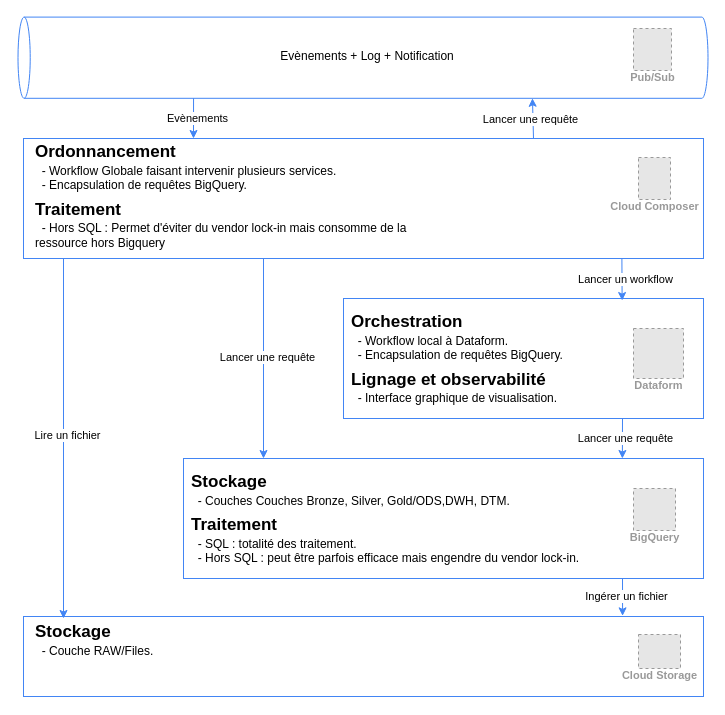
The draw.io diagram page "Architecture-Bigquery-Dataform-Composer" (2 of 3) of docs/GCP-Patterns.drawio in LyesN/GCP_LakeHouse, before the edit. Source tidied: cells renumbered, new cells numbered last; positions are measured from the earlier drawing's top-left corner, leaving out a move shared by most shapes. Both pictures are drawn from the tidied source at 100%, with x=0, y=0 at pixel (23, -288). Pictures stored in the file or linked from it are replaced by grey dashed boxes.
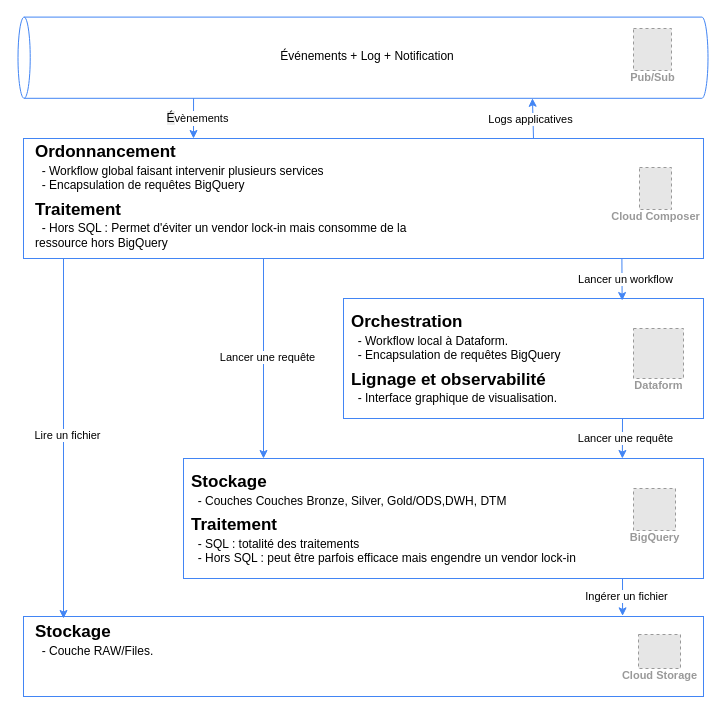
The same page after the edit.

The change refers to these unchanged cells:
```xml
<mxCell id="26" style="endArrow=classic;html=1;rounded=0;exitX=0.75;exitY=0;exitDx=0;exitDy=0;entryX=0;entryY=0;entryDx=0;entryDy=514.4426727294922;strokeColor=light-dark(#4285f4, #ededed);entryPerimeter=0;" parent="1" edge="1" source="7" target="24">
  <mxGeometry relative="1" as="geometry" />
</mxCell>
<mxCell id="28" style="endArrow=classic;html=1;rounded=0;exitX=0;exitY=0;exitDx=0;exitDy=175.5573272705078;entryX=0.25;entryY=0;entryDx=0;entryDy=0;strokeColor=light-dark(#4285f4, #ededed);exitPerimeter=0;" parent="1" edge="1" source="24" target="7">
  <mxGeometry relative="1" as="geometry" />
</mxCell>
```

Change to the diagram source:
```diff
@@
     <mxCell id="8" value="Cloud&amp;nbsp;Composer" style="fillColor=#E6E6E6;strokeColor=#999999;dashed=1;html=1;verticalAlign=top;labelPosition=center;verticalLabelPosition=bottom;align=center;spacingTop=-6;fontSize=11;fontStyle=1;fontColor=#999999;" parent="1" vertex="1">
-      <mxGeometry x="615" y="445" width="32" height="42" as="geometry" />
+      <mxGeometry x="616" y="455" width="32" height="42" as="geometry" />
     </mxCell>
@@
-    <mxCell id="11" value="&lt;h1 style=&quot;margin-top: 0px; margin-bottom: 0px; margin-left: 0px;&quot;&gt;&lt;font style=&quot;font-size: 17px;&quot;&gt;Stockage&lt;/font&gt;&lt;/h1&gt;&lt;p style=&quot;margin-top: 0px; margin-left: 0px; margin-bottom: 0px;&quot;&gt;&amp;nbsp; - Couches Couches Bronze, Silver, Gold/ODS,DWH, DTM.&lt;/p&gt;&lt;h1 style=&quot;margin-top: 0px; margin-bottom: 0px; margin-left: 0px;&quot;&gt;&lt;font style=&quot;font-size: 17px;&quot;&gt;Traitement&lt;/font&gt;&lt;/h1&gt;&lt;p style=&quot;margin-top: 0px; margin-left: 0px; margin-bottom: 0px;&quot;&gt;&amp;nbsp; - SQL : totalité des traitement.&lt;/p&gt;&lt;p style=&quot;margin-top: 0px; margin-left: 0px; margin-bottom: 0px;&quot;&gt;&amp;nbsp; - Hors SQL : peut être parfois efficace mais engendre du vendor lock-in.&lt;/p&gt;" style="text;html=1;whiteSpace=wrap;overflow=hidden;rounded=0;" parent="1" vertex="1">
+    <mxCell id="11" value="&lt;h1 style=&quot;margin-top: 0px; margin-bottom: 0px; margin-left: 0px;&quot;&gt;&lt;font style=&quot;font-size: 17px;&quot;&gt;Stockage&lt;/font&gt;&lt;/h1&gt;&lt;p style=&quot;margin-top: 0px; margin-left: 0px; margin-bottom: 0px;&quot;&gt;&amp;nbsp; - Couches Couches Bronze, Silver, Gold/ODS,DWH, DTM&lt;/p&gt;&lt;h1 style=&quot;margin-top: 0px; margin-bottom: 0px; margin-left: 0px;&quot;&gt;&lt;font style=&quot;font-size: 17px;&quot;&gt;Traitement&lt;/font&gt;&lt;/h1&gt;&lt;p style=&quot;margin-top: 0px; margin-left: 0px; margin-bottom: 0px;&quot;&gt;&amp;nbsp; - SQL : totalité des traitements&lt;/p&gt;&lt;p style=&quot;margin-top: 0px; margin-left: 0px; margin-bottom: 0px;&quot;&gt;&amp;nbsp; - Hors SQL : peut être parfois efficace mais engendre un vendor lock-in&lt;/p&gt;" style="text;html=1;whiteSpace=wrap;overflow=hidden;rounded=0;" parent="1" vertex="1">
       <mxGeometry x="166" y="746" width="400" height="120" as="geometry" />
     </mxCell>
-    <mxCell id="12" value="&lt;h1 style=&quot;margin-top: 0px; margin-bottom: 0px; margin-left: 0px;&quot;&gt;&lt;font style=&quot;font-size: 17px;&quot;&gt;Orchestration&lt;/font&gt;&lt;/h1&gt;&lt;p style=&quot;margin-top: 0px; margin-left: 0px; margin-bottom: 0px;&quot;&gt;&amp;nbsp; - Workflow local à Dataform.&lt;/p&gt;&lt;p style=&quot;margin-top: 0px; margin-left: 0px; margin-bottom: 0px;&quot;&gt;&amp;nbsp; - Encapsulation de requêtes BigQuery&lt;span style=&quot;color: light-dark(rgb(0, 0, 0), rgb(255, 255, 255)); background-color: transparent;&quot;&gt;.&lt;/span&gt;&lt;/p&gt;&lt;h1 style=&quot;margin-top: 0px; margin-bottom: 0px; margin-left: 0px;&quot;&gt;&lt;font style=&quot;font-size: 17px;&quot;&gt;Lignage et observabilité&lt;/font&gt;&lt;/h1&gt;&lt;p style=&quot;margin-top: 0px; margin-left: 0px; margin-bottom: 0px;&quot;&gt;&amp;nbsp; - Interface graphique de visualisation&lt;span style=&quot;background-color: transparent; color: light-dark(rgb(0, 0, 0), rgb(255, 255, 255));&quot;&gt;.&lt;/span&gt;&lt;/p&gt;" style="text;html=1;whiteSpace=wrap;overflow=hidden;rounded=0;" parent="1" vertex="1">
+    <mxCell id="12" value="&lt;h1 style=&quot;margin-top: 0px; margin-bottom: 0px; margin-left: 0px;&quot;&gt;&lt;font style=&quot;font-size: 17px;&quot;&gt;Orchestration&lt;/font&gt;&lt;/h1&gt;&lt;p style=&quot;margin-top: 0px; margin-left: 0px; margin-bottom: 0px;&quot;&gt;&amp;nbsp; - Workflow local à Dataform.&lt;/p&gt;&lt;p style=&quot;margin-top: 0px; margin-left: 0px; margin-bottom: 0px;&quot;&gt;&amp;nbsp; -&amp;nbsp;&lt;span style=&quot;background-color: transparent;&quot;&gt;Encapsulation de requêtes BigQuery&amp;nbsp;&lt;/span&gt;&lt;/p&gt;&lt;h1 style=&quot;margin-top: 0px; margin-bottom: 0px; margin-left: 0px;&quot;&gt;&lt;font style=&quot;font-size: 17px;&quot;&gt;Lignage et observabilité&lt;/font&gt;&lt;/h1&gt;&lt;p style=&quot;margin-top: 0px; margin-left: 0px; margin-bottom: 0px;&quot;&gt;&amp;nbsp; - Interface graphique de visualisation&lt;span style=&quot;background-color: transparent; color: light-dark(rgb(0, 0, 0), rgb(255, 255, 255));&quot;&gt;.&lt;/span&gt;&lt;/p&gt;" style="text;html=1;whiteSpace=wrap;overflow=hidden;rounded=0;" parent="1" vertex="1">
       <mxGeometry x="326" y="586" width="240" height="120" as="geometry" />
     </mxCell>
-    <mxCell id="13" value="&lt;h1 style=&quot;margin-top: 0px; margin-bottom: 0px; margin-left: 0px;&quot;&gt;&lt;font style=&quot;font-size: 17px;&quot;&gt;Ordonnancement&lt;/font&gt;&lt;/h1&gt;&lt;p style=&quot;margin-top: 0px; margin-left: 0px; margin-bottom: 0px;&quot;&gt;&amp;nbsp; - Workflow Globale faisant intervenir plusieurs services.&lt;/p&gt;&lt;p style=&quot;margin-top: 0px; margin-left: 0px; margin-bottom: 0px;&quot;&gt;&amp;nbsp; - Encapsulation de requêtes BigQuery&lt;span style=&quot;color: light-dark(rgb(0, 0, 0), rgb(255, 255, 255)); background-color: transparent;&quot;&gt;.&lt;/span&gt;&lt;/p&gt;&lt;h1 style=&quot;margin-top: 0px; margin-bottom: 0px; margin-left: 0px;&quot;&gt;&lt;font style=&quot;font-size: 17px;&quot;&gt;Traitement&lt;/font&gt;&lt;/h1&gt;&lt;p style=&quot;margin-top: 0px; margin-left: 0px; margin-bottom: 0px;&quot;&gt;&amp;nbsp; - Hors SQL : Permet d'éviter du vendor lock-in mais consomme de la ressource hors Bigquery&lt;/p&gt;" style="text;html=1;whiteSpace=wrap;overflow=hidden;rounded=0;" parent="1" vertex="1">
+    <mxCell id="13" value="&lt;h1 style=&quot;margin-top: 0px; margin-bottom: 0px; margin-left: 0px;&quot;&gt;&lt;font style=&quot;font-size: 17px;&quot;&gt;Ordonnancement&lt;/font&gt;&lt;/h1&gt;&lt;p style=&quot;margin-top: 0px; margin-left: 0px; margin-bottom: 0px;&quot;&gt;&amp;nbsp; - Workflow global faisant intervenir plusieurs services&lt;/p&gt;&lt;p style=&quot;margin-top: 0px; margin-left: 0px; margin-bottom: 0px;&quot;&gt;&amp;nbsp; -&amp;nbsp;&lt;span style=&quot;background-color: transparent;&quot;&gt;Encapsulation de requêtes BigQuery&lt;/span&gt;&lt;/p&gt;&lt;h1 style=&quot;margin-top: 0px; margin-bottom: 0px; margin-left: 0px;&quot;&gt;&lt;font style=&quot;font-size: 17px;&quot;&gt;Traitement&lt;/font&gt;&lt;/h1&gt;&lt;p style=&quot;margin-top: 0px; margin-left: 0px; margin-bottom: 0px;&quot;&gt;&amp;nbsp; - Hors SQL : Permet d'éviter un vendor lock-in mais consomme de la ressource hors BigQuery&lt;/p&gt;" style="text;html=1;whiteSpace=wrap;overflow=hidden;rounded=0;" parent="1" vertex="1">
       <mxGeometry x="10" y="416" width="400" height="120" as="geometry" />
     </mxCell>
@@
-    <mxCell id="24" value="Evènements + Log + Notification" style="shape=cylinder3;whiteSpace=wrap;html=1;fixedSize=1;size=6.114654541015625;textDirection=vertical-lr;boundedLbl=1;backgroundOutline=1;rotation=-90;fontColor=light-dark(#000000,#EDEDED);strokeColor=light-dark(#4285f4, #ededed);" parent="1" vertex="1">
+    <mxCell id="24" value="Événements + Log + Notification" style="shape=cylinder3;whiteSpace=wrap;html=1;fixedSize=1;size=6.114654541015625;textDirection=vertical-lr;boundedLbl=1;backgroundOutline=1;rotation=-90;fontColor=light-dark(#000000,#EDEDED);strokeColor=light-dark(#4285f4, #ededed);" parent="1" vertex="1">
       <mxGeometry x="298.9" y="0.2" width="81.2" height="690" as="geometry" />
     </mxCell>
@@
-    <mxCell id="27" value="Lancer une requête" style="edgeLabel;html=1;align=center;verticalAlign=middle;" parent="26" vertex="1">
+    <mxCell id="27" value="Logs applicatives" style="edgeLabel;html=1;align=center;verticalAlign=middle;" parent="26" vertex="1">
       <mxGeometry x="-0.02" y="3" relative="1" as="geometry" />
     </mxCell>
@@
-    <mxCell id="29" value="Evènements" style="edgeLabel;html=1;align=center;verticalAlign=middle;" parent="28" vertex="1">
+    <mxCell id="29" value="&lt;span style=&quot;font-size: 12px; text-wrap-mode: wrap; background-color: rgb(236, 236, 236);&quot;&gt;É&lt;/span&gt;vènements" style="edgeLabel;html=1;align=center;verticalAlign=middle;" parent="28" vertex="1">
       <mxGeometry x="-0.02" y="3" relative="1" as="geometry" />
     </mxCell>
```
